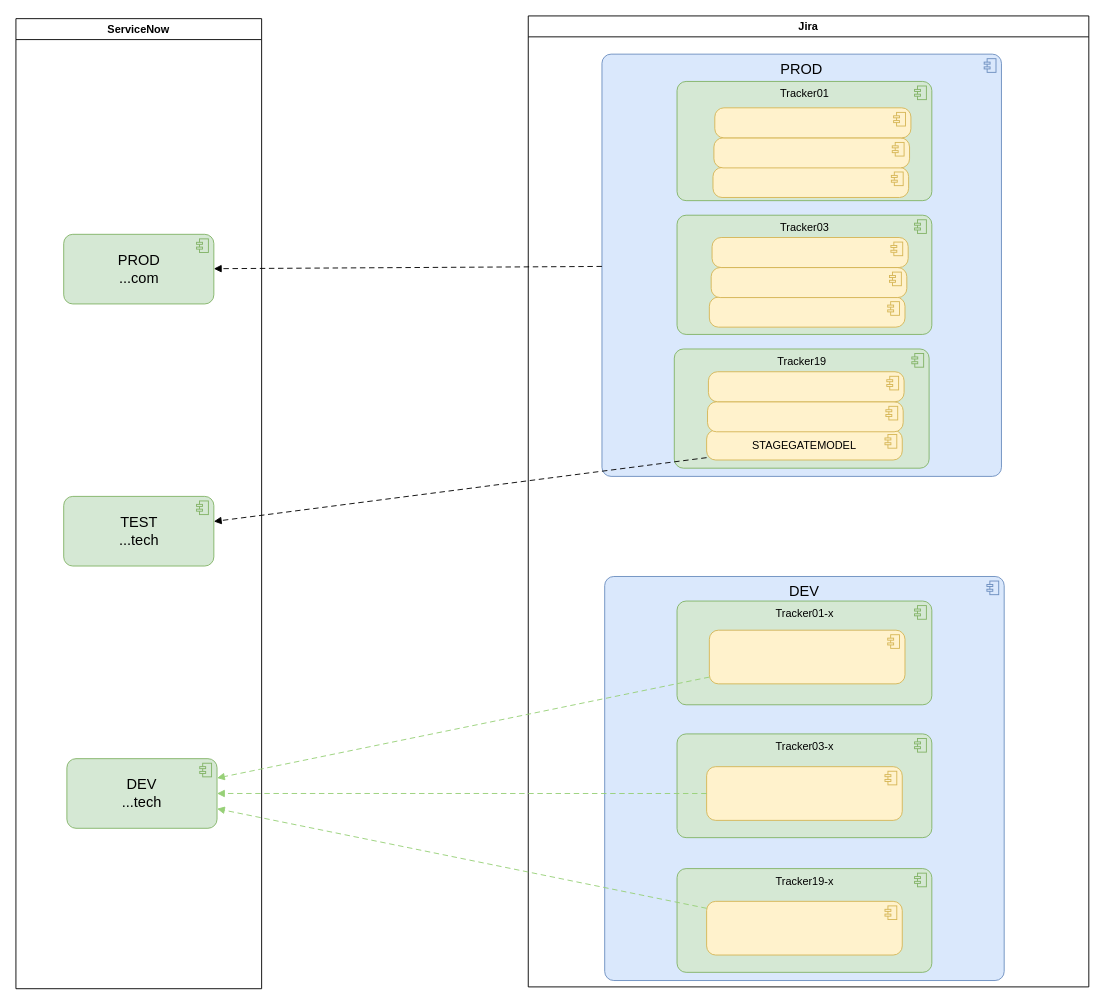
algimas/tmp keeps this draw.io diagram as page "WebHooks" (4 of 18) of Bosch.drawio. Above is the earlier version. Source tidied: cells renumbered, new cells numbered last; positions are measured from the earlier drawing's top-left corner, leaving out a move shared by most shapes. Both pictures are drawn from the tidied source at 91%, with x=0, y=0 at pixel (15, 15).
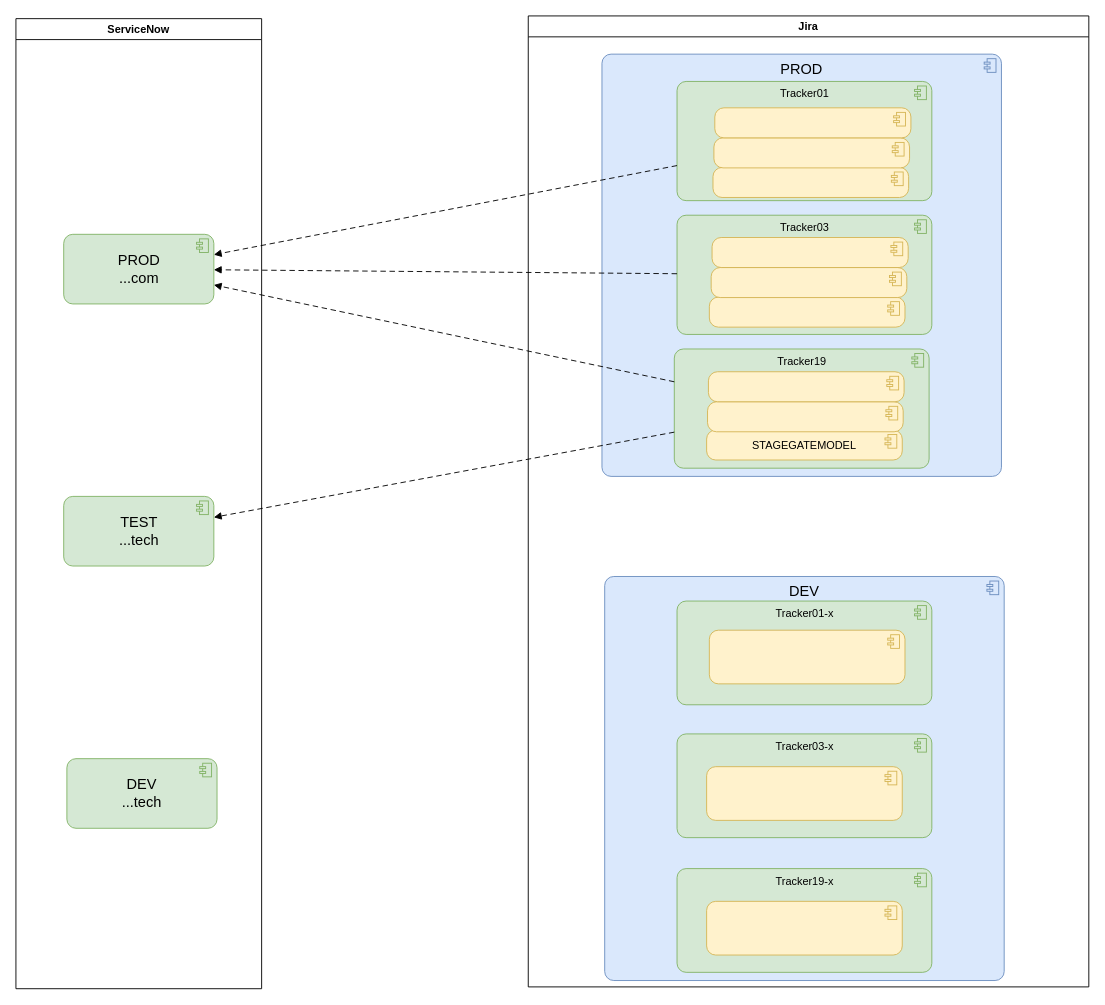
The same diagram, later.

Unchanged cells that the change refers to:
```xml
<mxCell id="3" value="PROD&lt;div&gt;...com&lt;/div&gt;" style="html=1;outlineConnect=0;whiteSpace=wrap;fillColor=#d5e8d4;shape=mxgraph.archimate3.application;appType=comp;archiType=rounded;strokeColor=#82b366;verticalAlign=middle;fontStyle=0;fontSize=16;" parent="2" vertex="1">
  <mxGeometry x="52.5" y="237" width="165" height="76.5" as="geometry" />
</mxCell>
<mxCell id="4" value="TEST&lt;div&gt;...tech&lt;/div&gt;" style="html=1;outlineConnect=0;whiteSpace=wrap;fillColor=#d5e8d4;shape=mxgraph.archimate3.application;appType=comp;archiType=rounded;strokeColor=#82b366;verticalAlign=middle;fontStyle=0;fontSize=16;" parent="2" vertex="1">
  <mxGeometry x="52.5" y="525" width="165" height="76.5" as="geometry" />
</mxCell>
<mxCell id="5" value="DEV&lt;div&gt;...tech&lt;/div&gt;" style="html=1;outlineConnect=0;whiteSpace=wrap;fillColor=#d5e8d4;shape=mxgraph.archimate3.application;appType=comp;archiType=rounded;strokeColor=#82b366;verticalAlign=middle;fontStyle=0;fontSize=16;" parent="2" vertex="1">
  <mxGeometry x="56" y="813.2" width="165" height="76.5" as="geometry" />
</mxCell>
<mxCell id="7" value="PROD" style="html=1;outlineConnect=0;whiteSpace=wrap;fillColor=#dae8fc;shape=mxgraph.archimate3.application;appType=comp;archiType=rounded;strokeColor=#6c8ebf;verticalAlign=top;fontStyle=0;fontSize=16;" parent="6" vertex="1">
  <mxGeometry x="81" y="42" width="439" height="464" as="geometry" />
</mxCell>
<mxCell id="8" value="Tracker19" style="html=1;outlineConnect=0;whiteSpace=wrap;fillColor=#d5e8d4;shape=mxgraph.archimate3.application;appType=comp;archiType=rounded;strokeColor=#82b366;verticalAlign=top;fontStyle=0;fontSize=12;" parent="6" vertex="1">
  <mxGeometry x="160.5" y="366" width="280" height="131" as="geometry" />
</mxCell>
<mxCell id="9" value="STAGEGATEMODEL" style="html=1;outlineConnect=0;whiteSpace=wrap;fillColor=#fff2cc;shape=mxgraph.archimate3.application;appType=comp;archiType=rounded;strokeColor=#d6b656;verticalAlign=middle;fontStyle=0;fontSize=12;" parent="6" vertex="1">
  <mxGeometry x="196" y="455" width="215" height="33" as="geometry" />
</mxCell>
<mxCell id="12" style="html=1;outlineConnect=0;whiteSpace=wrap;fillColor=#fff2cc;shape=mxgraph.archimate3.application;appType=comp;archiType=rounded;strokeColor=#d6b656;verticalAlign=middle;fontStyle=0;fontSize=12;" parent="6" vertex="1">
  <mxGeometry x="199" y="675" width="215" height="59" as="geometry" />
</mxCell>
<mxCell id="15" style="html=1;outlineConnect=0;whiteSpace=wrap;fillColor=#fff2cc;shape=mxgraph.archimate3.application;appType=comp;archiType=rounded;strokeColor=#d6b656;verticalAlign=middle;fontStyle=0;fontSize=12;" parent="6" vertex="1">
  <mxGeometry x="196" y="825" width="215" height="59" as="geometry" />
</mxCell>
<mxCell id="16" style="html=1;outlineConnect=0;whiteSpace=wrap;fillColor=#fff2cc;shape=mxgraph.archimate3.application;appType=comp;archiType=rounded;strokeColor=#d6b656;verticalAlign=middle;fontStyle=0;fontSize=12;" parent="6" vertex="1">
  <mxGeometry x="196" y="973" width="215" height="59" as="geometry" />
</mxCell>
<mxCell id="17" value="Tracker03" style="html=1;outlineConnect=0;whiteSpace=wrap;fillColor=#d5e8d4;shape=mxgraph.archimate3.application;appType=comp;archiType=rounded;strokeColor=#82b366;verticalAlign=top;fontStyle=0;fontSize=12;" parent="6" vertex="1">
  <mxGeometry x="163.5" y="219" width="280" height="131" as="geometry" />
</mxCell>
<mxCell id="18" value="Tracker01" style="html=1;outlineConnect=0;whiteSpace=wrap;fillColor=#d5e8d4;shape=mxgraph.archimate3.application;appType=comp;archiType=rounded;strokeColor=#82b366;verticalAlign=top;fontStyle=0;fontSize=12;" parent="6" vertex="1">
  <mxGeometry x="163.5" y="72" width="280" height="131" as="geometry" />
</mxCell>
```

Change to the diagram source:
```diff
@@
-    <mxCell id="27" style="html=1;endArrow=block;dashed=1;elbow=vertical;endFill=1;dashPattern=6 4;rounded=0;fontSize=12;fontStyle=0;" parent="1" edge="1" source="9" target="4">
+    <mxCell id="27" style="html=1;endArrow=block;dashed=1;elbow=vertical;endFill=1;dashPattern=6 4;rounded=0;fontSize=12;fontStyle=0;" parent="1" edge="1" source="8" target="4">
       <mxGeometry relative="1" as="geometry" />
     </mxCell>
-    <mxCell id="28" style="html=1;endArrow=block;dashed=1;elbow=vertical;endFill=1;dashPattern=6 4;rounded=0;fontSize=12;fontStyle=0;strokeColor=#97D077;" parent="1" edge="1" source="12" target="5">
-      <mxGeometry relative="1" as="geometry" />
-    </mxCell>
-    <mxCell id="29" style="html=1;endArrow=block;dashed=1;elbow=vertical;endFill=1;dashPattern=6 4;rounded=0;fontSize=12;fontStyle=0;strokeColor=#97D077;" parent="1" edge="1" source="15" target="5">
-      <mxGeometry relative="1" as="geometry" />
-    </mxCell>
-    <mxCell id="30" style="html=1;endArrow=block;dashed=1;elbow=vertical;endFill=1;dashPattern=6 4;rounded=0;fontSize=12;fontStyle=0;strokeColor=#97D077;" parent="1" edge="1" source="16" target="5">
-      <mxGeometry relative="1" as="geometry" />
-    </mxCell>
-    <mxCell id="31" style="html=1;endArrow=block;dashed=1;elbow=vertical;endFill=1;dashPattern=6 4;rounded=0;fontSize=12;fontStyle=0;" parent="1" edge="1" source="7" target="3">
-      <mxGeometry relative="1" as="geometry" />
-    </mxCell>
+    <mxCell id="32" style="html=1;endArrow=block;dashed=1;endFill=1;dashPattern=6 4;rounded=0;fontSize=12;fontStyle=0;" parent="1" edge="1" source="8" target="3">
+      <mxGeometry relative="1" as="geometry" />
+    </mxCell>
+    <mxCell id="33" style="html=1;endArrow=block;dashed=1;elbow=vertical;endFill=1;dashPattern=6 4;rounded=0;fontSize=12;fontStyle=0;" parent="1" edge="1" source="17" target="3">
+      <mxGeometry relative="1" as="geometry" />
+    </mxCell>
+    <mxCell id="34" style="html=1;endArrow=block;dashed=1;elbow=vertical;endFill=1;dashPattern=6 4;rounded=0;fontSize=12;fontStyle=0;" parent="1" edge="1" source="18" target="3">
+      <mxGeometry relative="1" as="geometry" />
+    </mxCell>
```
